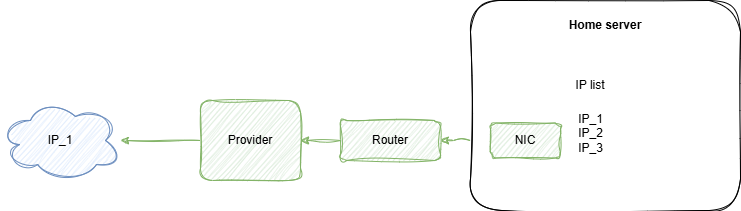
eenzamese/gate keeps this draw.io diagram as scheme/simple_scheme.drawio.png. Above is the earlier version. Source tidied: cells renumbered, new cells last; positions are measured from the earlier drawing's top-left corner, leaving out a move shared by most shapes. The source it was exported from:
```xml
<mxGraphModel>
  <root>
    <mxCell id="0" />
    <mxCell id="1" parent="0" />
    <mxCell id="2" style="edgeStyle=orthogonalEdgeStyle;rounded=1;jettySize=auto;html=1;endArrow=none;endFill=0;startArrow=classic;startFill=1;labelBackgroundColor=none;fontColor=default;sketch=1;curveFitting=1;jiggle=2;fillColor=#d5e8d4;strokeColor=#82b366;" parent="1" edge="1" source="3">
      <mxGeometry relative="1" as="geometry">
        <mxPoint x="479" y="140" as="targetPoint" />
      </mxGeometry>
    </mxCell>
    <mxCell id="3" value="Router" style="whiteSpace=wrap;html=1;align=center;labelBackgroundColor=none;sketch=1;curveFitting=1;jiggle=2;rounded=1;fillColor=#d5e8d4;strokeColor=#82b366;" parent="1" vertex="1">
      <mxGeometry x="340" y="120" width="100" height="40" as="geometry" />
    </mxCell>
    <mxCell id="4" style="edgeStyle=orthogonalEdgeStyle;rounded=1;jettySize=auto;html=1;startArrow=classic;startFill=1;endArrow=none;endFill=0;labelBackgroundColor=none;fontColor=default;sketch=1;curveFitting=1;jiggle=2;fillColor=#d5e8d4;strokeColor=#82b366;" parent="1" edge="1" source="6" target="3">
      <mxGeometry relative="1" as="geometry" />
    </mxCell>
    <mxCell id="5" style="edgeStyle=orthogonalEdgeStyle;rounded=1;jettySize=auto;html=1;labelBackgroundColor=none;fontColor=default;sketch=1;curveFitting=1;jiggle=2;fillColor=#d5e8d4;strokeColor=#82b366;" parent="1" edge="1" source="6" target="10">
      <mxGeometry relative="1" as="geometry" />
    </mxCell>
    <mxCell id="6" value="Provider" style="whiteSpace=wrap;html=1;align=center;labelBackgroundColor=none;sketch=1;curveFitting=1;jiggle=2;rounded=1;fillColor=#d5e8d4;strokeColor=#82b366;" parent="1" vertex="1">
      <mxGeometry x="200" y="100" width="100" height="80" as="geometry" />
    </mxCell>
    <mxCell id="7" style="whiteSpace=wrap;html=1;align=center;labelBackgroundColor=none;sketch=1;curveFitting=1;jiggle=2;rounded=1;" parent="1" vertex="1">
      <mxGeometry x="470" width="270" height="210" as="geometry" />
    </mxCell>
    <mxCell id="8" value="NIC" style="whiteSpace=wrap;html=1;align=center;labelBackgroundColor=none;sketch=1;curveFitting=1;jiggle=2;rounded=1;fillColor=#d5e8d4;strokeColor=#82b366;" parent="1" vertex="1">
      <mxGeometry x="490" y="122.5" width="70" height="35" as="geometry" />
    </mxCell>
    <mxCell id="9" value="&lt;div&gt;IP_1&lt;/div&gt;&lt;div&gt;IP_2&lt;/div&gt;&lt;div&gt;IP_3&lt;/div&gt;&lt;div&gt;&lt;br&gt;&lt;/div&gt;" style="text;html=1;align=center;verticalAlign=middle;whiteSpace=wrap;rounded=1;labelBackgroundColor=none;sketch=1;curveFitting=1;jiggle=2;" parent="1" vertex="1">
      <mxGeometry x="567.5" y="100" width="45" height="80" as="geometry" />
    </mxCell>
    <mxCell id="10" value="IP_1" style="ellipse;shape=cloud;whiteSpace=wrap;html=1;labelBackgroundColor=none;sketch=1;curveFitting=1;jiggle=2;rounded=1;fillColor=#dae8fc;strokeColor=#6c8ebf;" parent="1" vertex="1">
      <mxGeometry y="100" width="120" height="80" as="geometry" />
    </mxCell>
    <mxCell id="11" value="&lt;b&gt;Home server&lt;/b&gt;" style="text;html=1;align=center;verticalAlign=middle;whiteSpace=wrap;rounded=1;labelBackgroundColor=none;sketch=1;curveFitting=1;jiggle=2;" parent="1" vertex="1">
      <mxGeometry x="515" y="10" width="180" height="30" as="geometry" />
    </mxCell>
    <mxCell id="12" value="IP list" style="text;html=1;align=center;verticalAlign=middle;whiteSpace=wrap;rounded=1;labelBackgroundColor=none;sketch=1;curveFitting=1;jiggle=2;" parent="1" vertex="1">
      <mxGeometry x="500" y="70" width="180" height="30" as="geometry" />
    </mxCell>
  </root>
</mxGraphModel>
```
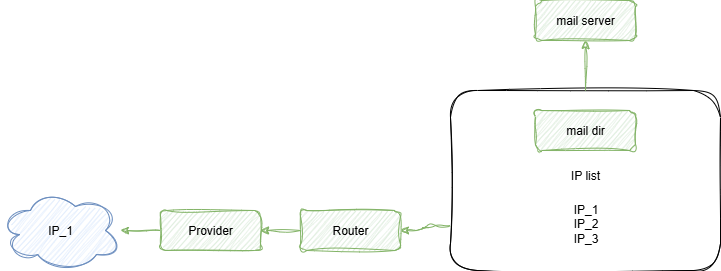
Above is the later version.

What changed in the source:
```diff
@@ -2,13 +2,14 @@
   <root>
     <mxCell id="0" />
     <mxCell id="1" parent="0" />
+    <mxCell id="7" style="whiteSpace=wrap;html=1;align=center;labelBackgroundColor=none;sketch=1;curveFitting=1;jiggle=2;rounded=1;" parent="1" vertex="1">
+      <mxGeometry x="470" y="-40" width="270" height="180" as="geometry" />
+    </mxCell>
-    <mxCell id="2" style="edgeStyle=orthogonalEdgeStyle;rounded=1;jettySize=auto;html=1;endArrow=none;endFill=0;startArrow=classic;startFill=1;labelBackgroundColor=none;fontColor=default;sketch=1;curveFitting=1;jiggle=2;fillColor=#d5e8d4;strokeColor=#82b366;" parent="1" edge="1" source="3">
-      <mxGeometry relative="1" as="geometry">
-        <mxPoint x="479" y="140" as="targetPoint" />
-      </mxGeometry>
+    <mxCell id="2" style="edgeStyle=orthogonalEdgeStyle;rounded=1;jettySize=auto;html=1;endArrow=none;endFill=0;startArrow=classic;startFill=1;labelBackgroundColor=none;fontColor=default;sketch=1;curveFitting=1;jiggle=2;fillColor=#d5e8d4;strokeColor=#82b366;entryX=0;entryY=0.75;entryDx=0;entryDy=0;" parent="1" edge="1" source="3" target="7">
+      <mxGeometry relative="1" as="geometry" />
     </mxCell>
     <mxCell id="3" value="Router" style="whiteSpace=wrap;html=1;align=center;labelBackgroundColor=none;sketch=1;curveFitting=1;jiggle=2;rounded=1;fillColor=#d5e8d4;strokeColor=#82b366;" parent="1" vertex="1">
-      <mxGeometry x="340" y="120" width="100" height="40" as="geometry" />
+      <mxGeometry x="320" y="80" width="100" height="40" as="geometry" />
     </mxCell>
     <mxCell id="4" style="edgeStyle=orthogonalEdgeStyle;rounded=1;jettySize=auto;html=1;startArrow=classic;startFill=1;endArrow=none;endFill=0;labelBackgroundColor=none;fontColor=default;sketch=1;curveFitting=1;jiggle=2;fillColor=#d5e8d4;strokeColor=#82b366;" parent="1" edge="1" source="6" target="3">
       <mxGeometry relative="1" as="geometry" />
@@ -17,25 +18,25 @@
       <mxGeometry relative="1" as="geometry" />
     </mxCell>
     <mxCell id="6" value="Provider" style="whiteSpace=wrap;html=1;align=center;labelBackgroundColor=none;sketch=1;curveFitting=1;jiggle=2;rounded=1;fillColor=#d5e8d4;strokeColor=#82b366;" parent="1" vertex="1">
-      <mxGeometry x="200" y="100" width="100" height="80" as="geometry" />
+      <mxGeometry x="180" y="80" width="100" height="40" as="geometry" />
     </mxCell>
-    <mxCell id="7" style="whiteSpace=wrap;html=1;align=center;labelBackgroundColor=none;sketch=1;curveFitting=1;jiggle=2;rounded=1;" parent="1" vertex="1">
-      <mxGeometry x="470" width="270" height="210" as="geometry" />
-    </mxCell>
-    <mxCell id="8" value="NIC" style="whiteSpace=wrap;html=1;align=center;labelBackgroundColor=none;sketch=1;curveFitting=1;jiggle=2;rounded=1;fillColor=#d5e8d4;strokeColor=#82b366;" parent="1" vertex="1">
-      <mxGeometry x="490" y="122.5" width="70" height="35" as="geometry" />
-    </mxCell>
     <mxCell id="9" value="&lt;div&gt;IP_1&lt;/div&gt;&lt;div&gt;IP_2&lt;/div&gt;&lt;div&gt;IP_3&lt;/div&gt;&lt;div&gt;&lt;br&gt;&lt;/div&gt;" style="text;html=1;align=center;verticalAlign=middle;whiteSpace=wrap;rounded=1;labelBackgroundColor=none;sketch=1;curveFitting=1;jiggle=2;" parent="1" vertex="1">
-      <mxGeometry x="567.5" y="100" width="45" height="80" as="geometry" />
+      <mxGeometry x="582.5" y="60" width="45" height="80" as="geometry" />
     </mxCell>
     <mxCell id="10" value="IP_1" style="ellipse;shape=cloud;whiteSpace=wrap;html=1;labelBackgroundColor=none;sketch=1;curveFitting=1;jiggle=2;rounded=1;fillColor=#dae8fc;strokeColor=#6c8ebf;" parent="1" vertex="1">
-      <mxGeometry y="100" width="120" height="80" as="geometry" />
+      <mxGeometry x="20" y="60" width="120" height="80" as="geometry" />
     </mxCell>
-    <mxCell id="11" value="&lt;b&gt;Home server&lt;/b&gt;" style="text;html=1;align=center;verticalAlign=middle;whiteSpace=wrap;rounded=1;labelBackgroundColor=none;sketch=1;curveFitting=1;jiggle=2;" parent="1" vertex="1">
-      <mxGeometry x="515" y="10" width="180" height="30" as="geometry" />
-    </mxCell>
     <mxCell id="12" value="IP list" style="text;html=1;align=center;verticalAlign=middle;whiteSpace=wrap;rounded=1;labelBackgroundColor=none;sketch=1;curveFitting=1;jiggle=2;" parent="1" vertex="1">
-      <mxGeometry x="500" y="70" width="180" height="30" as="geometry" />
+      <mxGeometry x="515" y="30" width="180" height="30" as="geometry" />
     </mxCell>
+    <mxCell id="13" value="mail server" style="whiteSpace=wrap;html=1;align=center;labelBackgroundColor=none;sketch=1;curveFitting=1;jiggle=2;rounded=1;fillColor=#d5e8d4;strokeColor=#82b366;" parent="1" vertex="1">
+      <mxGeometry x="555" y="-130" width="100" height="40" as="geometry" />
+    </mxCell>
+    <mxCell id="14" value="mail dir" style="whiteSpace=wrap;html=1;align=center;labelBackgroundColor=none;sketch=1;curveFitting=1;jiggle=2;rounded=1;fillColor=#d5e8d4;strokeColor=#82b366;" parent="1" vertex="1">
+      <mxGeometry x="555" y="-20" width="100" height="40" as="geometry" />
+    </mxCell>
+    <mxCell id="15" style="edgeStyle=orthogonalEdgeStyle;rounded=1;jettySize=auto;html=1;endArrow=none;endFill=0;startArrow=classic;startFill=1;labelBackgroundColor=none;fontColor=default;sketch=1;curveFitting=1;jiggle=2;fillColor=#d5e8d4;strokeColor=#82b366;exitX=0.5;exitY=1;exitDx=0;exitDy=0;entryX=0.5;entryY=0;entryDx=0;entryDy=0;" parent="1" edge="1" source="13" target="7">
+      <mxGeometry relative="1" as="geometry" />
+    </mxCell>
   </root>
 </mxGraphModel>
```
